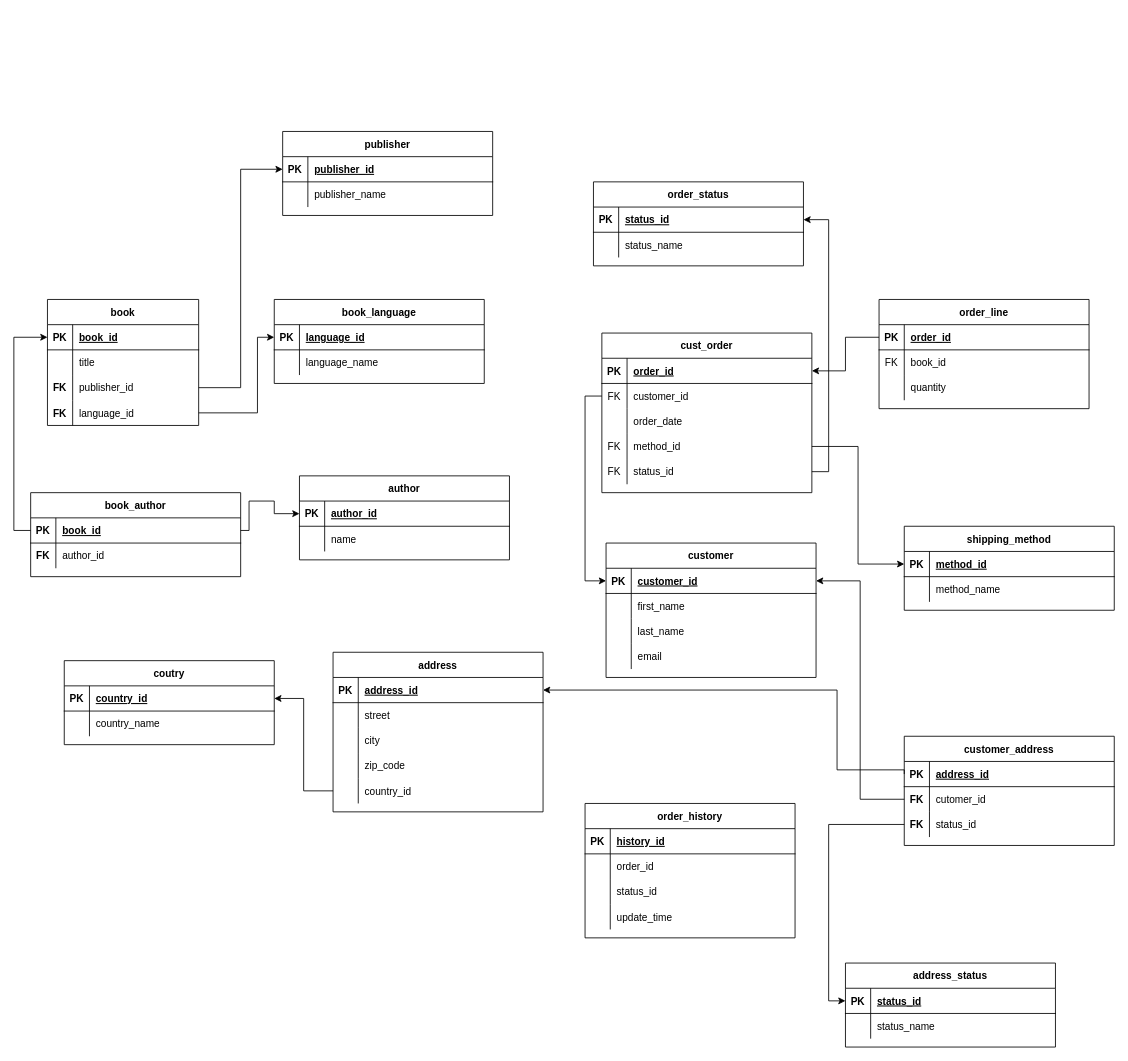
This is Untitled Diagram.drawio from Socee-tech/group-work, a draw.io file, before an edit. Source tidied: cells renumbered, new cells numbered last; positions are measured from the earlier drawing's top-left corner, leaving out a move shared by most shapes. Both pictures are drawn from the tidied source at 84%, with x=0, y=0 at pixel (30, 131).
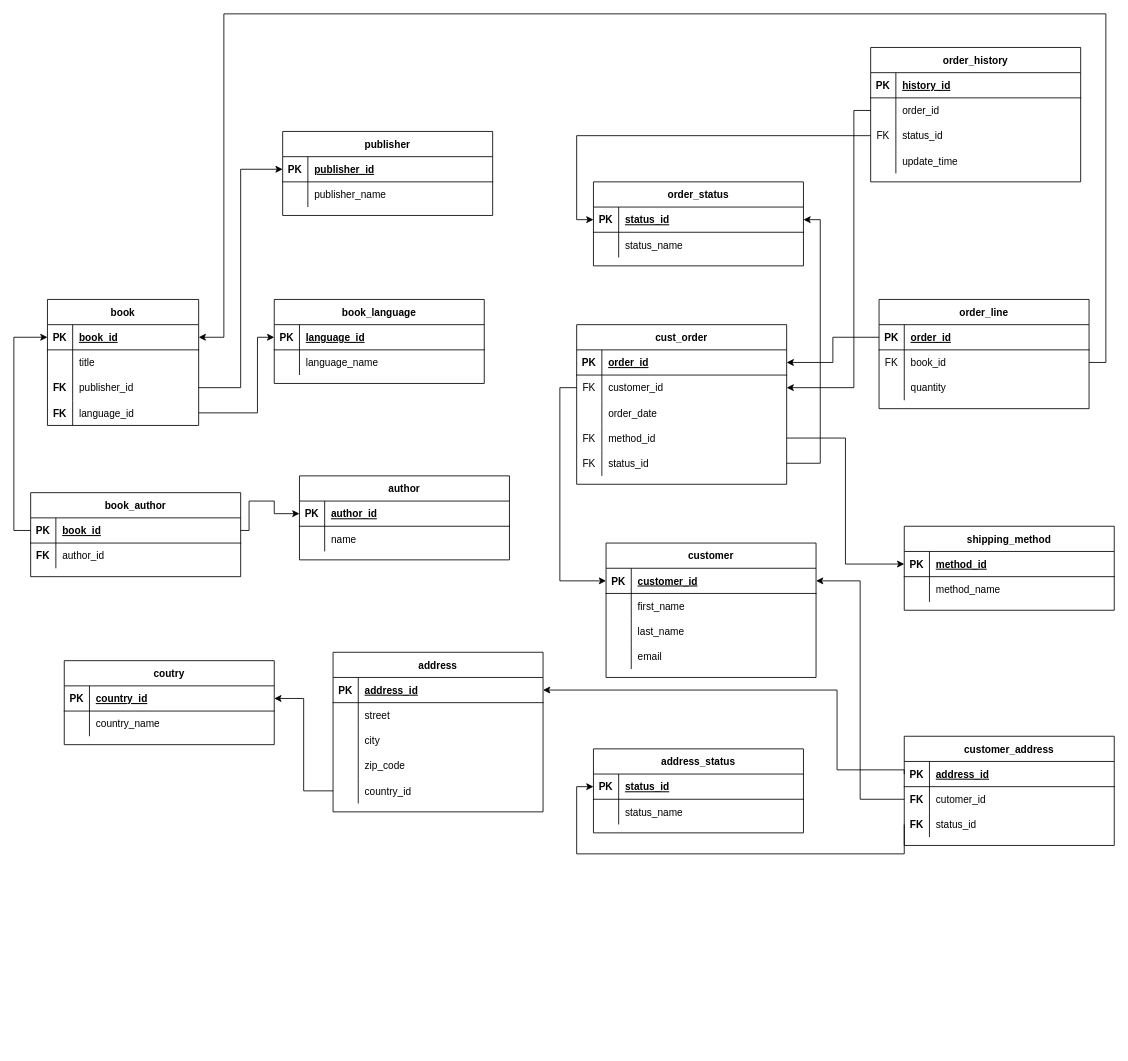
The same page after the edit.

Unchanged cells that the change refers to:
```xml
<mxCell id="17" style="shape=partialRectangle;fillColor=none;points=[[0,0.5],[1,0.5]];portConstraint=eastwest;top=0;left=0;right=0;bottom=1;" parent="16" vertex="1">
  <mxGeometry y="30" width="180" height="30" as="geometry" />
</mxCell>
<mxCell id="48" style="shape=partialRectangle;fillColor=none;points=[[0,0.5],[1,0.5]];portConstraint=eastwest;top=0;left=0;right=0;bottom=0;" parent="44" vertex="1">
  <mxGeometry y="60" width="250" height="30" as="geometry" />
</mxCell>
<mxCell id="71" style="shape=partialRectangle;fillColor=none;points=[[0,0.5],[1,0.5]];portConstraint=eastwest;top=0;left=0;right=0;bottom=0;" parent="67" vertex="1">
  <mxGeometry y="60" width="250" height="30" as="geometry" />
</mxCell>
<mxCell id="87" style="shape=partialRectangle;fillColor=none;points=[[0,0.5],[1,0.5]];portConstraint=eastwest;top=0;left=0;right=0;bottom=0;" parent="83" vertex="1">
  <mxGeometry y="60" width="250" height="30" as="geometry" />
</mxCell>
<mxCell id="90" style="shape=partialRectangle;fillColor=none;points=[[0,0.5],[1,0.5]];portConstraint=eastwest;top=0;left=0;right=0;bottom=0;" parent="83" vertex="1">
  <mxGeometry y="90" width="250" height="30" as="geometry" />
</mxCell>
<mxCell id="103" style="shape=partialRectangle;fillColor=none;points=[[0,0.5],[1,0.5]];portConstraint=eastwest;top=0;left=0;right=0;bottom=0;" parent="96" vertex="1">
  <mxGeometry y="90" width="250" height="30" as="geometry" />
</mxCell>
<mxCell id="130" style="shape=partialRectangle;fillColor=none;points=[[0,0.5],[1,0.5]];portConstraint=eastwest;top=0;left=0;right=0;bottom=1;" parent="129" vertex="1">
  <mxGeometry y="30" width="250" height="30" as="geometry" />
</mxCell>
<mxCell id="144" style="shape=partialRectangle;fillColor=none;points=[[0,0.5],[1,0.5]];portConstraint=eastwest;top=0;left=0;right=0;bottom=1;" parent="143" vertex="1">
  <mxGeometry y="30" width="250" height="30" as="geometry" />
</mxCell>
```

What changed in the source:
```diff
@@
     <mxCell id="67" value="cust_order" style="shape=table;startSize=30;childLayout=tableLayout;rowLines=0;fontStyle=1;align=center;" parent="1" vertex="1">
-      <mxGeometry x="680" y="240" width="250" height="190" as="geometry" />
+      <mxGeometry x="650" y="230" width="250" height="190" as="geometry" />
     </mxCell>
@@
     <mxCell id="83" value="order_history" style="shape=table;startSize=30;childLayout=tableLayout;rowLines=0;fontStyle=1;align=center;" parent="1" vertex="1">
-      <mxGeometry x="660" y="800" width="250" height="160" as="geometry" />
+      <mxGeometry x="1000" y="-100" width="250" height="160" as="geometry" />
     </mxCell>
@@
-    <mxCell id="91" style="shape=partialRectangle;overflow=hidden;fillColor=none;top=0;left=0;bottom=0;right=0;" parent="90" vertex="1">
+    <mxCell id="91" value="FK" style="shape=partialRectangle;overflow=hidden;fillColor=none;top=0;left=0;bottom=0;right=0;" parent="90" vertex="1">
       <mxGeometry width="30" height="30" as="geometry" />
     </mxCell>
@@
     <mxCell id="143" value="address_status" style="shape=table;startSize=30;childLayout=tableLayout;rowLines=0;fontStyle=1;align=center;" parent="1" vertex="1">
-      <mxGeometry x="970" y="990" width="250" height="100" as="geometry" />
+      <mxGeometry x="670" y="735" width="250" height="100" as="geometry" />
     </mxCell>
@@
     <mxCell id="157" style="edgeStyle=orthogonalEdgeStyle;rounded=0;jettySize=auto;html=1;exitX=0;exitY=0.5;exitDx=0;exitDy=0;entryX=0;entryY=0.5;entryDx=0;entryDy=0;" parent="1" edge="1" source="103" target="144">
-      <mxGeometry relative="1" as="geometry" />
+      <mxGeometry relative="1" as="geometry">
+        <Array as="points">
+          <mxPoint x="1040" y="860" />
+          <mxPoint x="650" y="860" />
+          <mxPoint x="650" y="780" />
+        </Array>
+      </mxGeometry>
     </mxCell>
@@
+    <mxCell id="162" style="edgeStyle=orthogonalEdgeStyle;rounded=0;jettySize=auto;html=1;exitX=1;exitY=0.5;exitDx=0;exitDy=0;entryX=1;entryY=0.5;entryDx=0;entryDy=0;" parent="1" edge="1" source="48" target="17">
+      <mxGeometry relative="1" as="geometry">
+        <Array as="points">
+          <mxPoint x="1280" y="275" />
+          <mxPoint x="1280" y="-140" />
+          <mxPoint x="230" y="-140" />
+          <mxPoint x="230" y="245" />
+        </Array>
+      </mxGeometry>
+    </mxCell>
+    <mxCell id="163" style="edgeStyle=orthogonalEdgeStyle;rounded=0;jettySize=auto;html=1;exitX=0;exitY=0.5;exitDx=0;exitDy=0;entryX=1;entryY=0.5;entryDx=0;entryDy=0;" parent="1" edge="1" source="87" target="71">
+      <mxGeometry relative="1" as="geometry">
+        <Array as="points">
+          <mxPoint x="980" y="-25" />
+          <mxPoint x="980" y="305" />
+        </Array>
+      </mxGeometry>
+    </mxCell>
+    <mxCell id="164" style="edgeStyle=orthogonalEdgeStyle;rounded=0;jettySize=auto;html=1;exitX=0;exitY=0.5;exitDx=0;exitDy=0;entryX=0;entryY=0.5;entryDx=0;entryDy=0;" parent="1" edge="1" source="90" target="130">
+      <mxGeometry relative="1" as="geometry" />
+    </mxCell>
```
